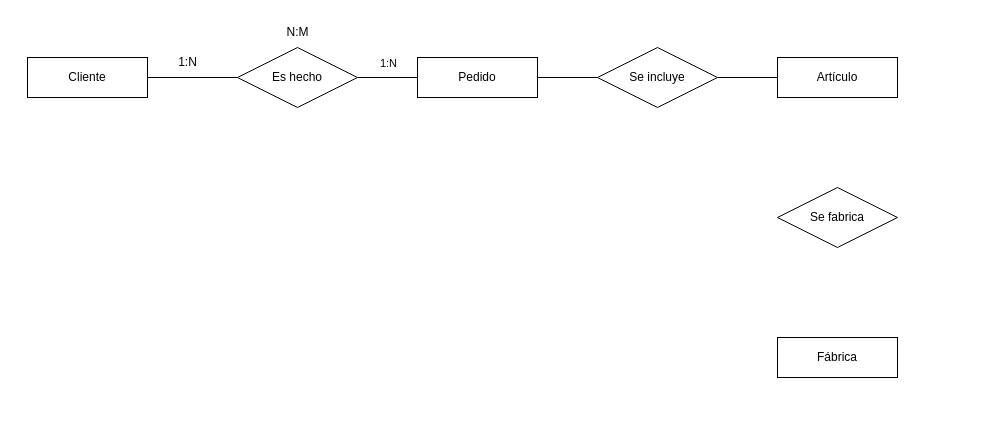
JuanManuelMM/Base-Datos keeps this draw.io diagram as page "Ej3" (2 of 2) of Tareas/Tarea3/Tarea3.drawio. Above is the earlier version. Source tidied: cells renumbered, new cells numbered last; positions are measured from the earlier drawing's top-left corner, leaving out a move shared by most shapes. Both pictures are drawn from the tidied source at 100%, with x=0, y=0 at pixel (27, 17).
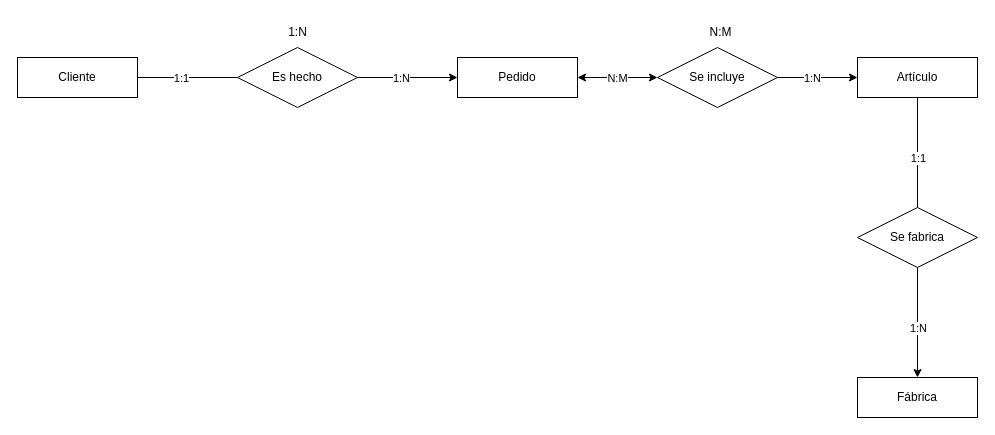
Above is the later version.

The change refers to these unchanged cells:
```xml
<mxCell id="6" value="Es hecho" style="shape=rhombus;perimeter=rhombusPerimeter;whiteSpace=wrap;html=1;align=center;" parent="1" vertex="1">
  <mxGeometry x="210" y="30" width="120" height="60" as="geometry" />
</mxCell>
<mxCell id="9" style="endArrow=none;html=1;rounded=0;exitX=1;exitY=0.5;exitDx=0;exitDy=0;entryX=0;entryY=0.5;entryDx=0;entryDy=0;" parent="1" edge="1" source="2" target="6">
  <mxGeometry relative="1" as="geometry" />
</mxCell>
```

What changed in the source:
```diff
@@
     <mxCell id="2" value="Cliente" style="whiteSpace=wrap;html=1;align=center;" parent="1" vertex="1">
-      <mxGeometry y="40" width="120" height="40" as="geometry" />
+      <mxGeometry x="-10" y="40" width="120" height="40" as="geometry" />
     </mxCell>
     <mxCell id="3" value="Pedido" style="whiteSpace=wrap;html=1;align=center;" parent="1" vertex="1">
-      <mxGeometry x="390" y="40" width="120" height="40" as="geometry" />
+      <mxGeometry x="430" y="40" width="120" height="40" as="geometry" />
     </mxCell>
     <mxCell id="4" value="Artículo" style="whiteSpace=wrap;html=1;align=center;" parent="1" vertex="1">
-      <mxGeometry x="750" y="40" width="120" height="40" as="geometry" />
+      <mxGeometry x="830" y="40" width="120" height="40" as="geometry" />
     </mxCell>
     <mxCell id="5" value="Fábrica" style="whiteSpace=wrap;html=1;align=center;" parent="1" vertex="1">
-      <mxGeometry x="750" y="320" width="120" height="40" as="geometry" />
+      <mxGeometry x="830" y="360" width="120" height="40" as="geometry" />
     </mxCell>
@@
     <mxCell id="7" value="Se fabrica" style="shape=rhombus;perimeter=rhombusPerimeter;whiteSpace=wrap;html=1;align=center;" parent="1" vertex="1">
-      <mxGeometry x="750" y="170" width="120" height="60" as="geometry" />
+      <mxGeometry x="830" y="190" width="120" height="60" as="geometry" />
     </mxCell>
     <mxCell id="8" value="Se incluye" style="shape=rhombus;perimeter=rhombusPerimeter;whiteSpace=wrap;html=1;align=center;" parent="1" vertex="1">
-      <mxGeometry x="570" y="30" width="120" height="60" as="geometry" />
+      <mxGeometry x="630" y="30" width="120" height="60" as="geometry" />
     </mxCell>
@@
-    <mxCell id="10" value="1:N" style="edgeLabel;html=1;align=center;verticalAlign=middle;" parent="9" vertex="1">
-      <mxGeometry x="-0.61" y="4" relative="1" as="geometry">
-        <mxPoint x="222" y="-11" as="offset" />
-      </mxGeometry>
-    </mxCell>
+    <mxCell id="16" value="1:1" style="edgeLabel;html=1;align=center;verticalAlign=middle;" parent="9" vertex="1">
+      <mxGeometry x="-0.43" relative="1" as="geometry">
+        <mxPoint x="14" as="offset" />
+      </mxGeometry>
+    </mxCell>
+    <mxCell id="15" value="1:N" style="text;html=1;align=center;verticalAlign=middle;strokeColor=none;fillColor=none;" parent="1" vertex="1">
+      <mxGeometry x="250" width="40" height="30" as="geometry" />
+    </mxCell>
+    <mxCell id="17" value="N:M" style="text;html=1;align=center;verticalAlign=middle;strokeColor=none;fillColor=none;" parent="1" vertex="1">
+      <mxGeometry x="667.5" width="50" height="30" as="geometry" />
+    </mxCell>
-    <mxCell id="11" style="endArrow=none;html=1;rounded=0;exitX=1;exitY=0.5;exitDx=0;exitDy=0;entryX=0;entryY=0.5;entryDx=0;entryDy=0;" parent="1" edge="1" source="6" target="3">
+    <mxCell id="11" style="endArrow=classic;html=1;rounded=0;entryX=0;entryY=0.5;entryDx=0;entryDy=0;exitX=1;exitY=0.5;exitDx=0;exitDy=0;" parent="1" edge="1" source="6" target="3">
       <mxGeometry relative="1" as="geometry" />
     </mxCell>
+    <mxCell id="18" value="1:N" style="edgeLabel;html=1;align=center;verticalAlign=middle;" parent="11" vertex="1">
+      <mxGeometry x="-0.53" y="-1" relative="1" as="geometry">
+        <mxPoint x="19" y="-1" as="offset" />
+      </mxGeometry>
+    </mxCell>
+    <mxCell id="13" style="endArrow=classic;html=1;rounded=0;entryX=0;entryY=0.5;entryDx=0;entryDy=0;exitX=1;exitY=0.5;exitDx=0;exitDy=0;" parent="1" edge="1" source="8" target="4">
+      <mxGeometry relative="1" as="geometry" />
+    </mxCell>
+    <mxCell id="19" value="1:N" style="edgeLabel;html=1;align=center;verticalAlign=middle;" parent="13" vertex="1">
+      <mxGeometry x="-0.64" y="-1" relative="1" as="geometry">
+        <mxPoint x="20" y="-1" as="offset" />
+      </mxGeometry>
+    </mxCell>
-    <mxCell id="12" style="endArrow=none;html=1;rounded=0;exitX=1;exitY=0.5;exitDx=0;exitDy=0;entryX=0;entryY=0.5;entryDx=0;entryDy=0;" parent="1" edge="1" source="3" target="8">
+    <mxCell id="12" style="endArrow=classic;startArrow=classic;html=1;rounded=0;entryX=0;entryY=0.5;entryDx=0;entryDy=0;exitX=1;exitY=0.5;exitDx=0;exitDy=0;" parent="1" edge="1" source="3" target="8">
       <mxGeometry relative="1" as="geometry" />
     </mxCell>
-    <mxCell id="13" style="endArrow=none;html=1;rounded=0;exitX=1;exitY=0.5;exitDx=0;exitDy=0;entryX=0;entryY=0.5;entryDx=0;entryDy=0;" parent="1" edge="1" source="8" target="4">
-      <mxGeometry relative="1" as="geometry" />
-    </mxCell>
-    <mxCell id="14" value="1:N" style="text;html=1;align=center;verticalAlign=middle;strokeColor=none;fillColor=none;" parent="1" vertex="1">
-      <mxGeometry x="140" y="30" width="40" height="30" as="geometry" />
-    </mxCell>
-    <mxCell id="15" value="N:M" style="text;html=1;align=center;verticalAlign=middle;strokeColor=none;fillColor=none;" parent="1" vertex="1">
-      <mxGeometry x="245" width="50" height="30" as="geometry" />
-    </mxCell>
+    <mxCell id="20" value="N:M" style="edgeLabel;html=1;align=center;verticalAlign=middle;" parent="12" vertex="1">
+      <mxGeometry x="-0.23" relative="1" as="geometry">
+        <mxPoint x="8" as="offset" />
+      </mxGeometry>
+    </mxCell>
+    <mxCell id="21" style="endArrow=classic;html=1;rounded=0;entryX=0.5;entryY=0;entryDx=0;entryDy=0;exitX=0.5;exitY=1;exitDx=0;exitDy=0;" parent="1" edge="1" source="7" target="5">
+      <mxGeometry relative="1" as="geometry" />
+    </mxCell>
+    <mxCell id="22" value="1:N" style="edgeLabel;html=1;align=center;verticalAlign=middle;" parent="21" vertex="1">
+      <mxGeometry x="0.27" relative="1" as="geometry">
+        <mxPoint y="-10" as="offset" />
+      </mxGeometry>
+    </mxCell>
+    <mxCell id="23" style="endArrow=none;html=1;rounded=0;entryX=0.5;entryY=1;entryDx=0;entryDy=0;exitX=0.5;exitY=0;exitDx=0;exitDy=0;" parent="1" edge="1" source="7" target="4">
+      <mxGeometry relative="1" as="geometry" />
+    </mxCell>
+    <mxCell id="24" value="1:1" style="edgeLabel;html=1;align=center;verticalAlign=middle;" parent="23" vertex="1">
+      <mxGeometry x="0.55" y="-1" relative="1" as="geometry">
+        <mxPoint x="-1" y="35" as="offset" />
+      </mxGeometry>
+    </mxCell>
```
